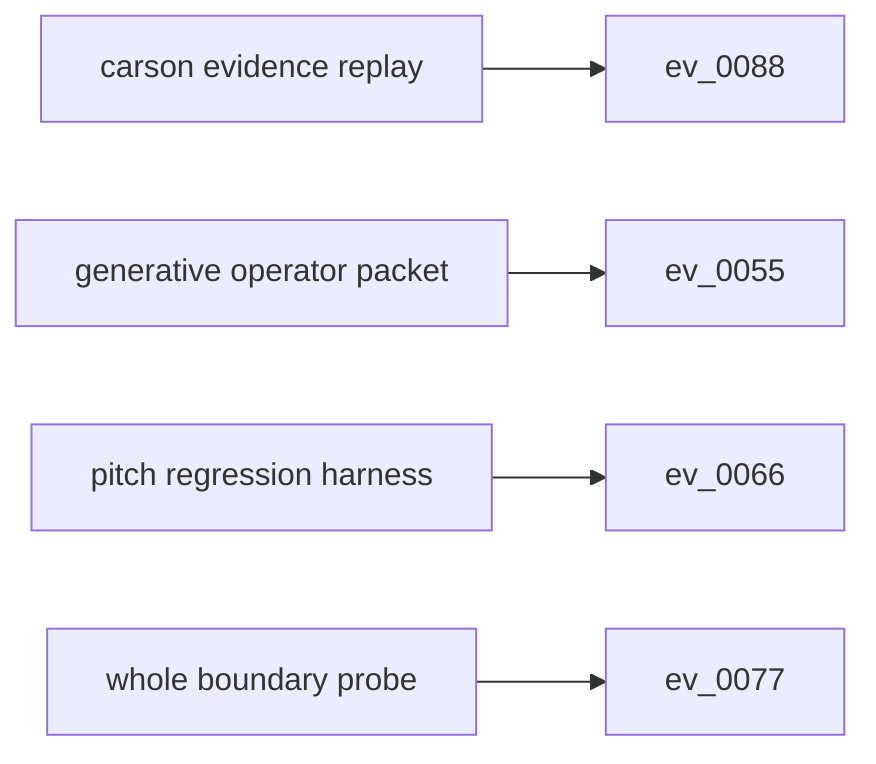
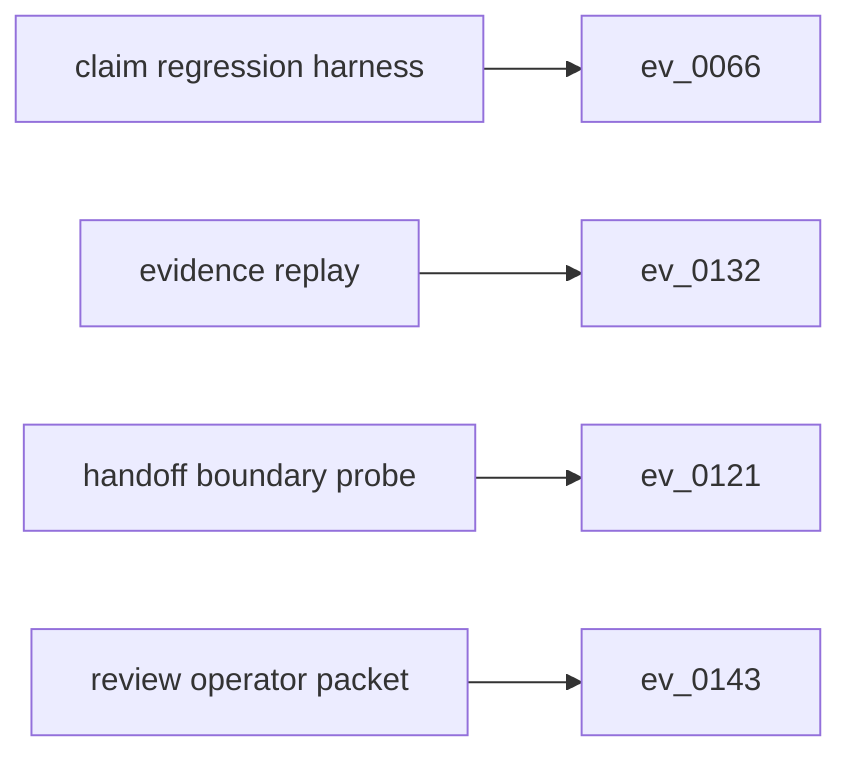
flowchart LR
-   s0["carson evidence replay"]
-   e0["ev_0088"]
+   s0["claim regression harness"]
+   e0["ev_0066"]
  s0 --> e0
-   s1["generative operator packet"]
-   e1["ev_0055"]
+   s1["evidence replay"]
+   e1["ev_0132"]
  s1 --> e1
-   s2["pitch regression harness"]
-   e2["ev_0066"]
+   s2["handoff boundary probe"]
+   e2["ev_0121"]
  s2 --> e2
-   s3["whole boundary probe"]
-   e3["ev_0077"]
+   s3["review operator packet"]
+   e3["ev_0143"]
  s3 --> e3
